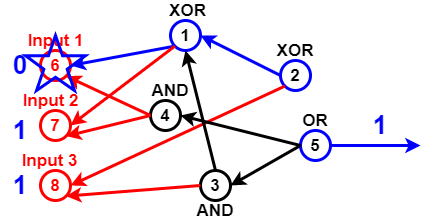
Before: Untitled Diagram.png, a diagram exported from draw.io (sara1024/-CCF201412-2-Z-). Source tidied: cells renumbered, new cells last; positions are measured from the earlier drawing's top-left corner, leaving out a move shared by most shapes.
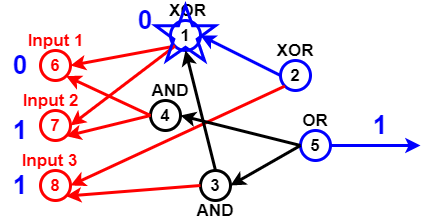
Later version of the same file.

The edit, as a diff of the source:
```diff
@@ -14,7 +14,7 @@
     <mxCell id="5" value="1" style="ellipse;whiteSpace=wrap;html=1;strokeWidth=3;fillColor=none;fontSize=17;fontColor=#000000;fontStyle=1;strokeColor=#0000FF;" parent="1" vertex="1">
       <mxGeometry x="170" y="20" width="30" height="30" as="geometry" />
     </mxCell>
-    <mxCell id="6" style="endArrow=classic;html=1;fontSize=17;fontColor=#000000;strokeWidth=3;entryX=1;entryY=0.5;entryDx=0;entryDy=0;exitX=0;exitY=1;exitDx=0;exitDy=0;strokeColor=#0000FF;" parent="1" edge="1" source="5" target="2">
+    <mxCell id="6" style="endArrow=classic;html=1;fontSize=17;fontColor=#000000;strokeWidth=3;entryX=1;entryY=0.5;entryDx=0;entryDy=0;exitX=0;exitY=1;exitDx=0;exitDy=0;strokeColor=#FF0000;" parent="1" edge="1" source="5" target="2">
       <mxGeometry relative="1" as="geometry" />
     </mxCell>
     <mxCell id="7" style="endArrow=classic;html=1;strokeWidth=3;fontSize=17;fontColor=#000000;entryX=1;entryY=0.5;entryDx=0;entryDy=0;exitX=0;exitY=1;exitDx=0;exitDy=0;strokeColor=#FF0000;" parent="1" edge="1" source="5" target="3">
@@ -98,7 +98,10 @@
       </mxGeometry>
     </mxCell>
     <mxCell id="33" style="verticalLabelPosition=bottom;verticalAlign=top;html=1;shape=mxgraph.basic.star;strokeWidth=3;fillColor=none;gradientColor=none;fontSize=26;fontColor=#0000FF;strokeColor=#0000FF;" parent="1" vertex="1">
-      <mxGeometry x="25" y="35" width="60" height="55" as="geometry" />
+      <mxGeometry x="155" y="5" width="60" height="55" as="geometry" />
     </mxCell>
+    <mxCell id="34" value="0" style="text;html=1;strokeColor=none;fillColor=none;align=center;verticalAlign=middle;whiteSpace=wrap;rounded=0;fontSize=26;fontColor=#0000FF;fontStyle=1;" parent="1" vertex="1">
+      <mxGeometry x="125" y="10" width="40" height="20" as="geometry" />
+    </mxCell>
   </root>
 </mxGraphModel>
```
